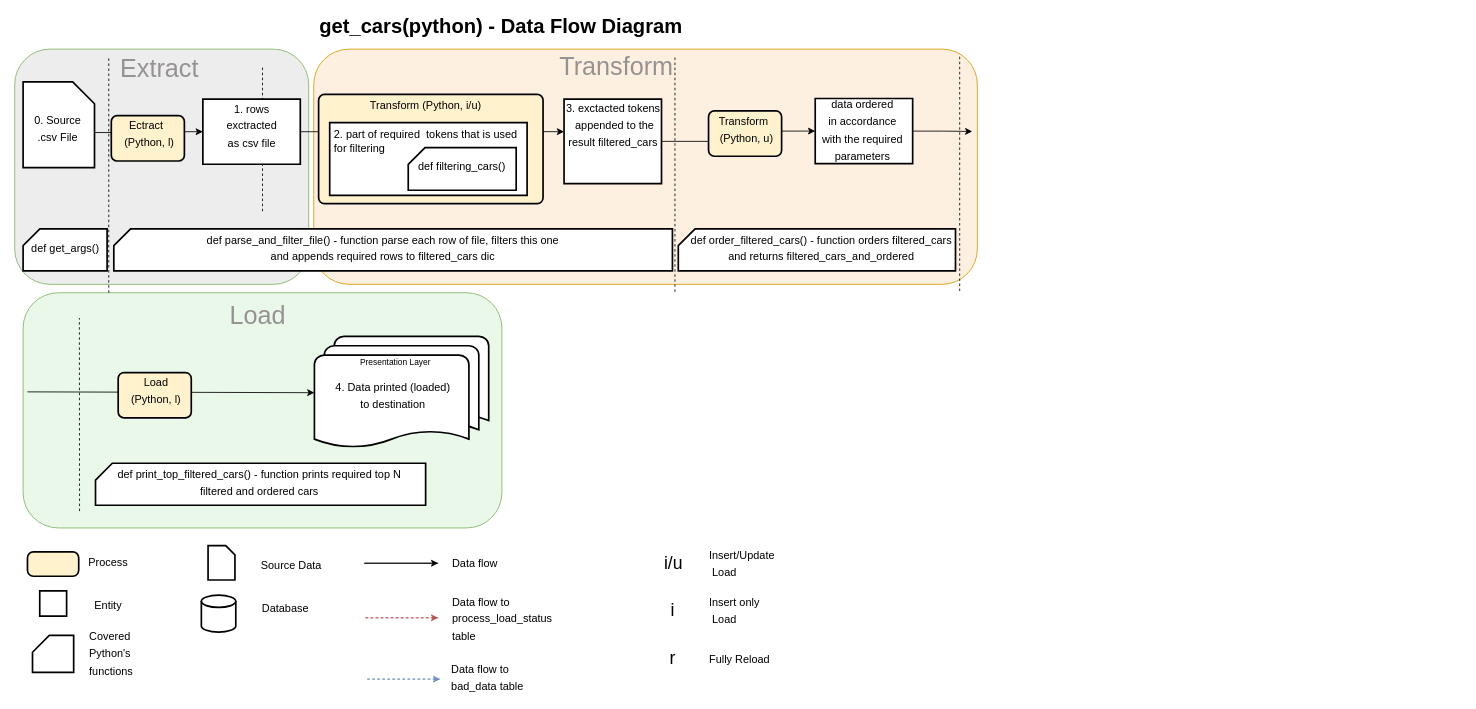
Above: page "DF Diagram" (1 of 3) of diagrams/get_cars(python) - data flow diagram.drawio in mrM0nk/data_engineer_2023 (draw.io), before the change. Source tidied: cells renumbered, new cells numbered last; positions are measured from the earlier drawing's top-left corner, leaving out a move shared by most shapes. Both pictures are drawn from the tidied source at 84%, with x=0, y=0 at pixel (14, 15).
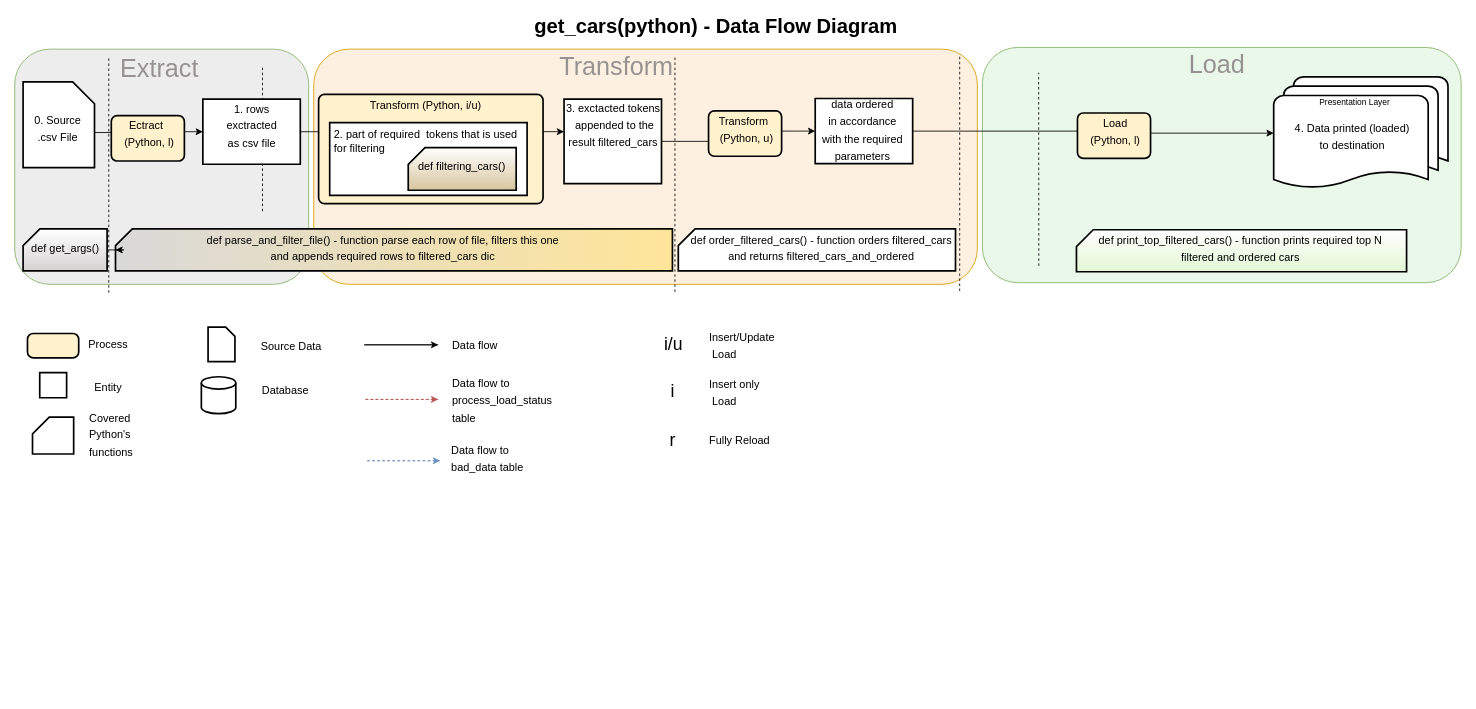
The same page after the edit.

Unchanged cells that the change refers to:
```xml
<mxCell id="53" style="verticalLabelPosition=bottom;verticalAlign=top;html=1;strokeWidth=2;shape=card;whiteSpace=wrap;size=0;arcSize=12;startSize=26;fontSize=17;" parent="8" vertex="1">
  <mxGeometry x="953" y="98.8" width="116" height="77.5" as="geometry" />
</mxCell>
```

What changed in the source:
```diff
@@
     <mxCell id="4" style="rounded=1;whiteSpace=wrap;html=1;fillColor=#e9f8e8;strokeColor=#82b366;" parent="1" vertex="1">
-      <mxGeometry x="10" y="330" width="570" height="280" as="geometry" />
+      <mxGeometry x="1152" y="38" width="570" height="280" as="geometry" />
     </mxCell>
@@
     <mxCell id="7" value="Load" style="text;html=1;align=center;verticalAlign=middle;strokeColor=none;fillColor=none;fontSize=30;fontStyle=0;fontColor=#969292;" parent="1" vertex="1">
-      <mxGeometry x="244" y="332" width="90" height="50" as="geometry" />
+      <mxGeometry x="1386" y="33" width="90" height="50" as="geometry" />
     </mxCell>
@@
     <mxCell id="10" value="&lt;font style=&quot;font-size: 24px;&quot;&gt;get_cars(python) - Data Flow Diagram&lt;/font&gt;" style="text;html=1;align=left;verticalAlign=top;spacingTop=-8;fontSize=24;spacingLeft=7;fontStyle=1;" parent="8" vertex="1">
-      <mxGeometry x="354.2" width="460" height="30" as="geometry" />
+      <mxGeometry x="610" width="460" height="30" as="geometry" />
     </mxCell>
@@
     <mxCell id="18" style="verticalLabelPosition=bottom;verticalAlign=top;html=1;strokeWidth=2;shape=card;whiteSpace=wrap;size=11;arcSize=12;startSize=26;fillColor=#FFFFFF;fontSize=17;direction=south;" parent="8" vertex="1">
-      <mxGeometry x="230.2" y="631" width="32" height="41" as="geometry" />
+      <mxGeometry x="230.2" y="371" width="32" height="41" as="geometry" />
     </mxCell>
     <mxCell id="19" value="&lt;font style=&quot;font-size: 13px&quot;&gt;Source&amp;nbsp;Data&lt;/font&gt;" style="text;html=1;align=center;verticalAlign=top;spacingTop=-4;fontSize=17;" parent="8" vertex="1">
-      <mxGeometry x="283.8" y="641" width="90" height="20" as="geometry" />
+      <mxGeometry x="283.8" y="381" width="90" height="20" as="geometry" />
     </mxCell>
     <mxCell id="20" style="strokeWidth=2;html=1;shape=mxgraph.flowchart.database;whiteSpace=wrap;startSize=26;fillColor=#FFFFFF;fontSize=17;" parent="8" vertex="1">
-      <mxGeometry x="222.2" y="690" width="41" height="44" as="geometry" />
+      <mxGeometry x="222.2" y="430" width="41" height="44" as="geometry" />
     </mxCell>
     <mxCell id="21" value="&lt;font style=&quot;font-size: 13px&quot;&gt;Database&lt;/font&gt;" style="text;html=1;align=center;verticalAlign=top;spacingTop=-4;fontSize=17;" parent="8" vertex="1">
-      <mxGeometry x="287.2" y="693" width="70" height="20" as="geometry" />
+      <mxGeometry x="287.2" y="433" width="70" height="20" as="geometry" />
     </mxCell>
     <mxCell id="22" style="rounded=1;whiteSpace=wrap;html=1;absoluteArcSize=1;arcSize=14;strokeWidth=2;startSize=26;fillColor=#fff2cc;fontSize=17;" parent="8" vertex="1">
-      <mxGeometry x="15.2" y="638.5" width="61" height="29" as="geometry" />
+      <mxGeometry x="15.2" y="378.5" width="61" height="29" as="geometry" />
     </mxCell>
     <mxCell id="23" style="verticalLabelPosition=bottom;verticalAlign=top;html=1;strokeWidth=2;shape=card;whiteSpace=wrap;size=0;arcSize=12;startSize=26;fontSize=17;" parent="8" vertex="1">
-      <mxGeometry x="29.8" y="685" width="32" height="30" as="geometry" />
+      <mxGeometry x="29.8" y="425" width="32" height="30" as="geometry" />
     </mxCell>
     <mxCell id="24" value="&lt;font style=&quot;font-size: 13px&quot;&gt;Process&lt;/font&gt;" style="text;html=1;align=center;verticalAlign=top;spacingTop=-4;fontSize=17;" parent="8" vertex="1">
-      <mxGeometry x="81.2" y="638" width="60" height="20" as="geometry" />
+      <mxGeometry x="81.2" y="378" width="60" height="20" as="geometry" />
     </mxCell>
     <mxCell id="25" value="&lt;font style=&quot;font-size: 13px&quot;&gt;Entity&lt;/font&gt;" style="text;html=1;align=center;verticalAlign=top;spacingTop=-4;fontSize=17;" parent="8" vertex="1">
-      <mxGeometry x="86.2" y="689" width="50" height="20" as="geometry" />
+      <mxGeometry x="86.2" y="429" width="50" height="20" as="geometry" />
     </mxCell>
     <mxCell id="26" value="&lt;font style=&quot;font-size: 13px&quot;&gt;Insert only&lt;br&gt;&amp;nbsp;Load&lt;/font&gt;" style="text;html=1;align=left;verticalAlign=top;spacingTop=-4;fontSize=17;" parent="8" vertex="1">
-      <mxGeometry x="824.8" y="686" width="80" height="40" as="geometry" />
+      <mxGeometry x="824.8" y="426" width="80" height="40" as="geometry" />
     </mxCell>
     <mxCell id="27" value="&lt;font style=&quot;font-size: 21px&quot;&gt;i&lt;/font&gt;" style="text;html=1;align=center;verticalAlign=top;spacingTop=-4;fontSize=17;" parent="8" vertex="1">
-      <mxGeometry x="773.2" y="692" width="20" height="20" as="geometry" />
+      <mxGeometry x="773.2" y="432" width="20" height="20" as="geometry" />
     </mxCell>
     <mxCell id="28" value="&lt;font style=&quot;font-size: 13px&quot;&gt;Insert/Update&lt;br&gt;&amp;nbsp;Load&lt;/font&gt;" style="text;html=1;align=left;verticalAlign=top;spacingTop=-4;fontSize=17;" parent="8" vertex="1">
-      <mxGeometry x="824.8" y="630" width="90" height="40" as="geometry" />
+      <mxGeometry x="824.8" y="370" width="90" height="40" as="geometry" />
     </mxCell>
     <mxCell id="29" value="&lt;font style=&quot;font-size: 21px&quot;&gt;i/u&lt;/font&gt;" style="text;html=1;align=center;verticalAlign=top;spacingTop=-4;fontSize=17;" parent="8" vertex="1">
-      <mxGeometry x="764.2" y="636" width="40" height="20" as="geometry" />
+      <mxGeometry x="764.2" y="376" width="40" height="20" as="geometry" />
     </mxCell>
     <mxCell id="30" style="edgeStyle=orthogonalEdgeStyle;rounded=0;orthogonalLoop=1;jettySize=auto;html=1;dashed=1;startArrow=none;startFill=0;startSize=6;endArrow=classic;endFill=1;fontSize=17;fillColor=#f8cecc;strokeColor=#b85450;" parent="8" edge="1">
       <mxGeometry relative="1" as="geometry">
-        <mxPoint x="504.2" y="717" as="sourcePoint" />
-        <mxPoint x="504.2" y="717" as="targetPoint" />
+        <mxPoint x="504.2" y="457" as="sourcePoint" />
+        <mxPoint x="504.2" y="457" as="targetPoint" />
         <Array as="points">
-          <mxPoint x="416.2" y="717" />
-          <mxPoint x="692.2" y="717" />
+          <mxPoint x="416.2" y="457" />
+          <mxPoint x="692.2" y="457" />
         </Array>
       </mxGeometry>
     </mxCell>
     <mxCell id="31" style="edgeStyle=orthogonalEdgeStyle;rounded=0;orthogonalLoop=1;jettySize=auto;html=1;dashed=1;startArrow=none;startFill=0;startSize=6;endArrow=classic;endFill=1;fontSize=17;fillColor=#dae8fc;strokeColor=#6c8ebf;" parent="8" edge="1">
       <mxGeometry relative="1" as="geometry">
-        <mxPoint x="506.5" y="790" as="sourcePoint" />
-        <mxPoint x="506.5" y="790" as="targetPoint" />
+        <mxPoint x="506.5" y="530" as="sourcePoint" />
+        <mxPoint x="506.5" y="530" as="targetPoint" />
         <Array as="points">
-          <mxPoint x="418.2" y="790" />
-          <mxPoint x="694.2" y="790" />
+          <mxPoint x="418.2" y="530" />
+          <mxPoint x="694.2" y="530" />
         </Array>
       </mxGeometry>
     </mxCell>
     <mxCell id="32" value="&lt;font style=&quot;font-size: 13px&quot;&gt;Data flow to&lt;br&gt;process_load_status&lt;br&gt;table&lt;/font&gt;" style="text;html=1;align=left;verticalAlign=top;spacingTop=-4;fontSize=17;" parent="8" vertex="1">
-      <mxGeometry x="519.2" y="685" width="130" height="60" as="geometry" />
+      <mxGeometry x="519.2" y="425" width="130" height="60" as="geometry" />
     </mxCell>
     <mxCell id="33" value="&lt;font style=&quot;font-size: 13px&quot;&gt;Data flow to&lt;br&gt;bad_data&amp;nbsp;table&lt;/font&gt;" style="text;html=1;align=left;verticalAlign=top;spacingTop=-4;fontSize=17;" parent="8" vertex="1">
-      <mxGeometry x="518.2" y="765" width="100" height="40" as="geometry" />
+      <mxGeometry x="518.2" y="505" width="100" height="40" as="geometry" />
     </mxCell>
     <mxCell id="34" style="verticalLabelPosition=bottom;verticalAlign=top;html=1;strokeWidth=2;shape=card;whiteSpace=wrap;size=20;arcSize=12;" parent="8" vertex="1">
-      <mxGeometry x="21.2" y="738" width="49" height="44" as="geometry" />
+      <mxGeometry x="21.2" y="478" width="49" height="44" as="geometry" />
     </mxCell>
     <mxCell id="35" value="&lt;span style=&quot;font-size: 13px;&quot;&gt;Covered&lt;br&gt;Python's &lt;br&gt;functions&lt;/span&gt;" style="text;html=1;align=left;verticalAlign=top;spacingTop=-4;fontSize=17;" parent="8" vertex="1">
-      <mxGeometry x="86.8" y="726" width="80" height="70" as="geometry" />
+      <mxGeometry x="86.8" y="466" width="80" height="70" as="geometry" />
     </mxCell>
     <mxCell id="36" value="&lt;span style=&quot;font-size: 13px&quot;&gt;Fully Reload&lt;/span&gt;" style="text;html=1;align=left;verticalAlign=top;spacingTop=-4;fontSize=17;" parent="8" vertex="1">
-      <mxGeometry x="825.2" y="752.5" width="90" height="20" as="geometry" />
+      <mxGeometry x="825.2" y="492.5" width="90" height="20" as="geometry" />
     </mxCell>
     <mxCell id="37" value="&lt;font style=&quot;font-size: 21px&quot;&gt;r&lt;/font&gt;" style="text;html=1;align=center;verticalAlign=top;spacingTop=-4;fontSize=17;" parent="8" vertex="1">
-      <mxGeometry x="773.2" y="749.5" width="20" height="20" as="geometry" />
+      <mxGeometry x="773.2" y="489.5" width="20" height="20" as="geometry" />
     </mxCell>
-    <mxCell id="38" style="verticalLabelPosition=bottom;verticalAlign=top;html=1;strokeWidth=2;shape=card;whiteSpace=wrap;size=20;arcSize=12;" parent="8" vertex="1">
-      <mxGeometry x="10" y="254" width="100" height="50" as="geometry" />
-    </mxCell>
-    <mxCell id="39" value="&lt;span style=&quot;font-size: 13px;&quot;&gt;def get_args()&lt;/span&gt;" style="text;html=1;align=center;verticalAlign=top;spacingTop=-4;fontSize=17;" parent="8" vertex="1">
-      <mxGeometry x="9.5" y="264" width="100" height="30" as="geometry" />
-    </mxCell>
@@
-    <mxCell id="45" style="verticalLabelPosition=bottom;verticalAlign=top;html=1;strokeWidth=2;shape=card;whiteSpace=wrap;size=20;arcSize=12;" parent="8" vertex="1">
-      <mxGeometry x="118" y="254" width="665" height="50" as="geometry" />
-    </mxCell>
-    <mxCell id="46" value="&lt;span style=&quot;font-size: 13px;&quot;&gt;def parse_and_filter_file() - function parse each row of file, filters this one &lt;br&gt;and appends required rows to filtered_cars dic&lt;/span&gt;" style="text;html=1;align=center;verticalAlign=top;spacingTop=-4;fontSize=17;" parent="8" vertex="1">
-      <mxGeometry x="218" y="254" width="440" height="50" as="geometry" />
-    </mxCell>
@@
-    <mxCell id="52" style="edgeStyle=orthogonalEdgeStyle;rounded=0;jettySize=auto;html=1;" parent="8" edge="1" source="53">
-      <mxGeometry relative="1" as="geometry">
-        <mxPoint x="1140" y="138" as="targetPoint" />
-      </mxGeometry>
+    <mxCell id="52" style="edgeStyle=orthogonalEdgeStyle;rounded=0;jettySize=auto;html=1;entryX=0;entryY=0.5;entryDx=0;entryDy=0;entryPerimeter=0;" parent="8" edge="1" source="53" target="62">
+      <mxGeometry relative="1" as="geometry" />
     </mxCell>
@@
-    <mxCell id="55" style="verticalLabelPosition=bottom;verticalAlign=top;html=1;strokeWidth=2;shape=card;whiteSpace=wrap;size=20;arcSize=12;" parent="8" vertex="1">
-      <mxGeometry x="790" y="254" width="330" height="50" as="geometry" />
-    </mxCell>
-    <mxCell id="56" value="&lt;span style=&quot;font-size: 13px;&quot;&gt;def order_filtered_cars() - function orders filtered_cars&lt;br&gt;and returns filtered_cars_and_ordered&lt;br&gt;&lt;/span&gt;" style="text;html=1;align=center;verticalAlign=top;spacingTop=-4;fontSize=17;" parent="8" vertex="1">
-      <mxGeometry x="795" y="254" width="330" height="50" as="geometry" />
-    </mxCell>
-    <mxCell id="57" style="edgeStyle=orthogonalEdgeStyle;rounded=0;jettySize=auto;html=1;entryX=0;entryY=0.5;entryDx=0;entryDy=0;entryPerimeter=0;" parent="8" edge="1" target="62">
-      <mxGeometry relative="1" as="geometry">
-        <mxPoint x="15.2" y="448" as="sourcePoint" />
-      </mxGeometry>
-    </mxCell>
     <mxCell id="58" style="rounded=1;whiteSpace=wrap;html=1;absoluteArcSize=1;arcSize=14;strokeWidth=2;startSize=26;fillColor=#fff2cc;fontSize=17;" parent="8" vertex="1">
-      <mxGeometry x="123.2" y="425" width="87" height="54" as="geometry" />
+      <mxGeometry x="1265.2" y="116" width="87" height="54" as="geometry" />
     </mxCell>
     <mxCell id="59" value="&lt;font style=&quot;font-size: 13px&quot;&gt;Load&lt;br&gt;(Python, l)&lt;/font&gt;" style="text;html=1;align=center;verticalAlign=top;spacingTop=-4;fontSize=17;" parent="8" vertex="1">
-      <mxGeometry x="128.2" y="424" width="80" height="50" as="geometry" />
+      <mxGeometry x="1270.2" y="115" width="80" height="50" as="geometry" />
     </mxCell>
-    <mxCell id="60" style="verticalLabelPosition=bottom;verticalAlign=top;html=1;strokeWidth=2;shape=card;whiteSpace=wrap;size=20;arcSize=12;" parent="8" vertex="1">
-      <mxGeometry x="96.2" y="533" width="393" height="50" as="geometry" />
-    </mxCell>
-    <mxCell id="61" value="&lt;span style=&quot;font-size: 13px;&quot;&gt;def print_top_filtered_cars() - function prints required top N&lt;br&gt;filtered and ordered cars&lt;br&gt;&lt;/span&gt;" style="text;html=1;align=center;verticalAlign=top;spacingTop=-4;fontSize=17;" parent="8" vertex="1">
-      <mxGeometry x="110.8" y="533" width="360" height="50" as="geometry" />
-    </mxCell>
     <mxCell id="62" style="strokeWidth=2;html=1;shape=mxgraph.flowchart.multi-document;whiteSpace=wrap;startSize=26;fillColor=#FFFFFF;fontSize=17;" parent="8" vertex="1">
-      <mxGeometry x="356.8" y="382" width="207.5" height="134" as="geometry" />
+      <mxGeometry x="1498.8" y="73" width="207.5" height="134" as="geometry" />
     </mxCell>
     <mxCell id="63" value="&lt;font style=&quot;font-size: 10px&quot;&gt;Presentation Layer&lt;br&gt;&lt;/font&gt;" style="text;html=1;align=center;verticalAlign=top;spacingTop=-4;fontSize=17;" parent="8" vertex="1">
-      <mxGeometry x="398.2" y="398" width="110" height="30" as="geometry" />
+      <mxGeometry x="1540.2" y="89" width="110" height="30" as="geometry" />
     </mxCell>
     <mxCell id="64" value="&lt;span style=&quot;font-size: 13px;&quot;&gt;4. Data printed (loaded)&lt;br&gt;to destination&lt;br&gt;&lt;/span&gt;" style="text;html=1;align=center;verticalAlign=top;spacingTop=-4;fontSize=17;" parent="8" vertex="1">
-      <mxGeometry x="369.8" y="430" width="160" height="50" as="geometry" />
+      <mxGeometry x="1511.8" y="121" width="160" height="50" as="geometry" />
     </mxCell>
     <mxCell id="65" style="edgeStyle=orthogonalEdgeStyle;rounded=0;orthogonalLoop=1;jettySize=auto;html=1;startArrow=none;startFill=0;startSize=6;endArrow=classic;endFill=1;fontSize=17;fillColor=#f8cecc;strokeColor=#000000;" parent="8" edge="1">
       <mxGeometry relative="1" as="geometry">
-        <mxPoint x="504.2" y="652" as="sourcePoint" />
-        <mxPoint x="504.2" y="652" as="targetPoint" />
+        <mxPoint x="504.2" y="392" as="sourcePoint" />
+        <mxPoint x="504.2" y="392" as="targetPoint" />
         <Array as="points">
-          <mxPoint x="416.2" y="652" />
-          <mxPoint x="692.2" y="652" />
+          <mxPoint x="416.2" y="392" />
+          <mxPoint x="692.2" y="392" />
         </Array>
       </mxGeometry>
     </mxCell>
     <mxCell id="66" value="&lt;font style=&quot;font-size: 13px&quot;&gt;Data flow&amp;nbsp;&lt;/font&gt;" style="text;html=1;align=left;verticalAlign=top;spacingTop=-4;fontSize=17;" parent="8" vertex="1">
-      <mxGeometry x="519.2" y="638.5" width="80" height="30" as="geometry" />
+      <mxGeometry x="519.2" y="378.5" width="80" height="30" as="geometry" />
     </mxCell>
@@
     <mxCell id="70" style="endArrow=none;dashed=1;html=1;rounded=0;" parent="8" edge="1">
       <mxGeometry relative="1" as="geometry">
-        <mxPoint x="77.2" y="590" as="sourcePoint" />
-        <mxPoint x="77" y="360" as="targetPoint" />
+        <mxPoint x="1219.2" y="298" as="sourcePoint" />
+        <mxPoint x="1219" y="68" as="targetPoint" />
       </mxGeometry>
     </mxCell>
-    <mxCell id="71" style="verticalLabelPosition=bottom;verticalAlign=top;html=1;strokeWidth=2;shape=card;whiteSpace=wrap;size=20;arcSize=12;" parent="8" vertex="1">
+    <mxCell id="71" style="verticalLabelPosition=bottom;verticalAlign=top;html=1;strokeWidth=2;shape=card;whiteSpace=wrap;size=20;arcSize=12;fillColor=#ffffff;strokeColor=default;gradientColor=#d7c59d;gradientDirection=south;" parent="8" vertex="1">
       <mxGeometry x="468.5" y="157.2" width="128.5" height="50.8" as="geometry" />
     </mxCell>
@@
+    <mxCell id="45" style="verticalLabelPosition=bottom;verticalAlign=top;html=1;strokeWidth=2;shape=card;whiteSpace=wrap;size=20;arcSize=12;gradientColor=#d9d9d9;fillColor=#FFE599;gradientDirection=west;" parent="8" vertex="1">
+      <mxGeometry x="120" y="254" width="663" height="50" as="geometry" />
+    </mxCell>
+    <mxCell id="46" value="&lt;span style=&quot;font-size: 13px;&quot;&gt;def parse_and_filter_file() - function parse each row of file, filters this one &lt;br&gt;and appends required rows to filtered_cars dic&lt;/span&gt;" style="text;html=1;align=center;verticalAlign=top;spacingTop=-4;fontSize=17;" parent="8" vertex="1">
+      <mxGeometry x="218" y="254" width="440" height="50" as="geometry" />
+    </mxCell>
+    <mxCell id="55" style="verticalLabelPosition=bottom;verticalAlign=top;html=1;strokeWidth=2;shape=card;whiteSpace=wrap;size=20;arcSize=12;" parent="8" vertex="1">
+      <mxGeometry x="790" y="254" width="330" height="50" as="geometry" />
+    </mxCell>
+    <mxCell id="56" value="&lt;span style=&quot;font-size: 13px;&quot;&gt;def order_filtered_cars() - function orders filtered_cars&lt;br&gt;and returns filtered_cars_and_ordered&lt;br&gt;&lt;/span&gt;" style="text;html=1;align=center;verticalAlign=top;spacingTop=-4;fontSize=17;" parent="8" vertex="1">
+      <mxGeometry x="795" y="254" width="330" height="50" as="geometry" />
+    </mxCell>
+    <mxCell id="60" style="verticalLabelPosition=bottom;verticalAlign=top;html=1;strokeWidth=2;shape=card;whiteSpace=wrap;size=20;arcSize=12;gradientColor=#e2f7d4;" parent="8" vertex="1">
+      <mxGeometry x="1264" y="255" width="393" height="50" as="geometry" />
+    </mxCell>
+    <mxCell id="61" value="&lt;span style=&quot;font-size: 13px;&quot;&gt;def print_top_filtered_cars() - function prints required top N&lt;br&gt;filtered and ordered cars&lt;br&gt;&lt;/span&gt;" style="text;html=1;align=center;verticalAlign=top;spacingTop=-4;fontSize=17;" parent="8" vertex="1">
+      <mxGeometry x="1278.5" y="255" width="360" height="50" as="geometry" />
+    </mxCell>
+    <mxCell id="73" parent="0" />
+    <mxCell id="74" style="edgeStyle=orthogonalEdgeStyle;rounded=0;jettySize=auto;html=1;" parent="73" edge="1" source="38">
+      <mxGeometry relative="1" as="geometry">
+        <mxPoint x="120" y="279" as="targetPoint" />
+      </mxGeometry>
+    </mxCell>
+    <mxCell id="38" style="verticalLabelPosition=bottom;verticalAlign=top;html=1;strokeWidth=2;shape=card;whiteSpace=wrap;size=20;arcSize=12;gradientColor=#d5d2d2;" parent="73" vertex="1">
+      <mxGeometry x="10" y="254" width="100" height="50" as="geometry" />
+    </mxCell>
+    <mxCell id="39" value="&lt;span style=&quot;font-size: 13px;&quot;&gt;def get_args()&lt;/span&gt;" style="text;html=1;align=center;verticalAlign=top;spacingTop=-4;fontSize=17;" parent="73" vertex="1">
+      <mxGeometry x="9.5" y="264" width="100" height="30" as="geometry" />
+    </mxCell>
```
